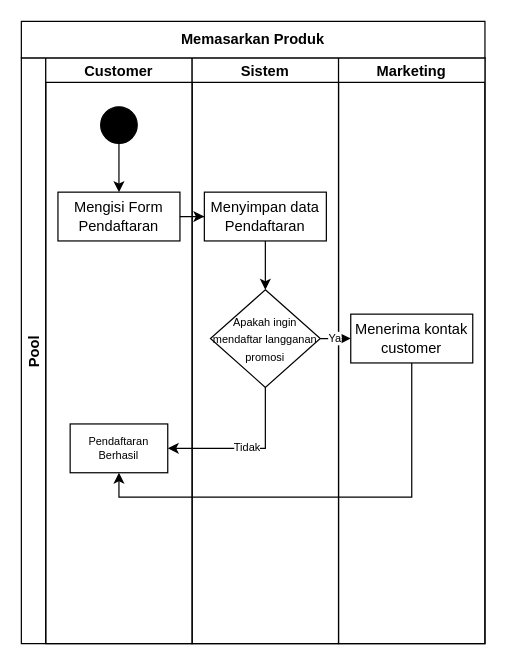
Above: activity diagram.drawio in farrasrayhand/Tugas-Kuliah (draw.io), before the change. Source tidied: cells renumbered, new cells numbered last; positions are measured from the earlier drawing's top-left corner, leaving out a move shared by most shapes. Both pictures are drawn from the tidied source at 122%, with x=0, y=0 at pixel (21, 21).
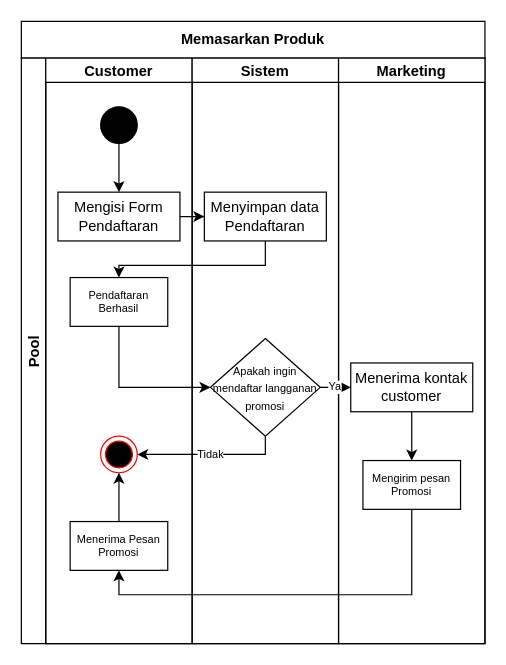
Above is the later version.

The change refers to these unchanged cells:
```xml
<mxCell id="2" value="Pool" style="swimlane;startSize=20;horizontal=0;" parent="1" vertex="1">
  <mxGeometry y="30" width="380" height="480" as="geometry" />
</mxCell>
<mxCell id="3" value="Customer" style="swimlane;startSize=20;" parent="2" vertex="1">
  <mxGeometry x="20" width="120" height="480" as="geometry" />
</mxCell>
<mxCell id="8" value="Sistem" style="swimlane;startSize=20;" parent="2" vertex="1">
  <mxGeometry x="140" width="120" height="480" as="geometry" />
</mxCell>
<mxCell id="10" value="Menyimpan data Pendaftaran" style="rounded=0;whiteSpace=wrap;html=1;fillColor=#FFFFFF;" parent="8" vertex="1">
  <mxGeometry x="10" y="110" width="100" height="40" as="geometry" />
</mxCell>
<mxCell id="12" value="Marketing" style="swimlane;startSize=20;" parent="2" vertex="1">
  <mxGeometry x="260" width="120" height="480" as="geometry" />
</mxCell>
```

Change to the diagram source:
```diff
@@
     <mxCell id="7" value="Pendaftaran Berhasil" style="rounded=0;whiteSpace=wrap;html=1;fontSize=9;fillColor=#FFFFFF;" parent="3" vertex="1">
-      <mxGeometry x="20" y="300" width="80" height="40" as="geometry" />
+      <mxGeometry x="20" y="180" width="80" height="40" as="geometry" />
     </mxCell>
+    <mxCell id="21" style="ellipse;html=1;shape=endState;fillColor=#000000;strokeColor=#ff0000;fontSize=9;" parent="3" vertex="1">
+      <mxGeometry x="45" y="310" width="30" height="30" as="geometry" />
+    </mxCell>
+    <mxCell id="22" style="edgeStyle=orthogonalEdgeStyle;rounded=0;jettySize=auto;html=1;entryX=0.5;entryY=1;entryDx=0;entryDy=0;fontSize=9;" parent="3" edge="1" source="23" target="21">
+      <mxGeometry relative="1" as="geometry" />
+    </mxCell>
+    <mxCell id="23" value="Menerima Pesan Promosi" style="rounded=0;whiteSpace=wrap;html=1;fontSize=9;fillColor=#FFFFFF;" parent="3" vertex="1">
+      <mxGeometry x="20" y="380" width="80" height="40" as="geometry" />
+    </mxCell>
@@
-    <mxCell id="9" style="edgeStyle=orthogonalEdgeStyle;rounded=0;jettySize=auto;html=1;entryX=0.5;entryY=0;entryDx=0;entryDy=0;fontSize=9;" parent="8" edge="1" source="10" target="11">
-      <mxGeometry relative="1" as="geometry" />
-    </mxCell>
@@
     <mxCell id="11" value="&lt;font style=&quot;font-size: 9px&quot;&gt;Apakah ingin mendaftar langganan promosi&lt;/font&gt;" style="rhombus;whiteSpace=wrap;html=1;fillColor=#FFFFFF;" parent="8" vertex="1">
-      <mxGeometry x="15" y="190" width="90" height="80" as="geometry" />
+      <mxGeometry x="15" y="230" width="90" height="80" as="geometry" />
     </mxCell>
@@
+    <mxCell id="24" style="edgeStyle=orthogonalEdgeStyle;rounded=0;jettySize=auto;html=1;entryX=0.5;entryY=0;entryDx=0;entryDy=0;fontSize=9;" parent="12" edge="1" source="13" target="25">
+      <mxGeometry relative="1" as="geometry" />
+    </mxCell>
     <mxCell id="13" value="Menerima kontak customer" style="rounded=0;whiteSpace=wrap;html=1;fillColor=#FFFFFF;" parent="12" vertex="1">
-      <mxGeometry x="10" y="210" width="100" height="40" as="geometry" />
+      <mxGeometry x="10" y="250" width="100" height="40" as="geometry" />
     </mxCell>
+    <mxCell id="25" value="Mengirim pesan Promosi" style="rounded=0;whiteSpace=wrap;html=1;fontSize=9;fillColor=#FFFFFF;" parent="12" vertex="1">
+      <mxGeometry x="20" y="330" width="80" height="40" as="geometry" />
+    </mxCell>
@@
+    <mxCell id="9" style="edgeStyle=orthogonalEdgeStyle;rounded=0;jettySize=auto;html=1;entryX=0.5;entryY=0;entryDx=0;entryDy=0;fontSize=9;" parent="2" edge="1" source="10" target="7">
+      <mxGeometry relative="1" as="geometry">
+        <Array as="points">
+          <mxPoint x="200" y="170" />
+          <mxPoint x="80" y="170" />
+        </Array>
+      </mxGeometry>
+    </mxCell>
+    <mxCell id="26" style="edgeStyle=orthogonalEdgeStyle;rounded=0;jettySize=auto;html=1;entryX=0;entryY=0.5;entryDx=0;entryDy=0;fontSize=9;" parent="2" edge="1" source="7" target="11">
+      <mxGeometry relative="1" as="geometry">
+        <Array as="points">
+          <mxPoint x="80" y="270" />
+        </Array>
+      </mxGeometry>
+    </mxCell>
-    <mxCell id="16" value="Tidak" style="edgeStyle=orthogonalEdgeStyle;rounded=0;jettySize=auto;html=1;entryX=1;entryY=0.5;entryDx=0;entryDy=0;fontSize=9;" parent="2" edge="1" source="11" target="7">
+    <mxCell id="16" value="Tidak" style="edgeStyle=orthogonalEdgeStyle;rounded=0;jettySize=auto;html=1;entryX=1;entryY=0.5;entryDx=0;entryDy=0;fontSize=9;" parent="2" edge="1" source="11" target="21">
       <mxGeometry relative="1" as="geometry">
         <Array as="points">
-          <mxPoint x="200" y="320" />
+          <mxPoint x="200" y="325" />
         </Array>
       </mxGeometry>
     </mxCell>
-    <mxCell id="17" style="edgeStyle=orthogonalEdgeStyle;rounded=0;jettySize=auto;html=1;entryX=0.5;entryY=1;entryDx=0;entryDy=0;fontSize=9;" parent="2" edge="1" source="13" target="7">
-      <mxGeometry relative="1" as="geometry">
-        <Array as="points">
-          <mxPoint x="320" y="360" />
-          <mxPoint x="80" y="360" />
-        </Array>
-      </mxGeometry>
-    </mxCell>
+    <mxCell id="27" style="edgeStyle=orthogonalEdgeStyle;rounded=0;jettySize=auto;html=1;fontSize=9;entryX=0.5;entryY=1;entryDx=0;entryDy=0;" parent="2" edge="1" source="25" target="23">
+      <mxGeometry relative="1" as="geometry">
+        <Array as="points">
+          <mxPoint x="320" y="440" />
+          <mxPoint x="80" y="440" />
+        </Array>
+      </mxGeometry>
+    </mxCell>
```
